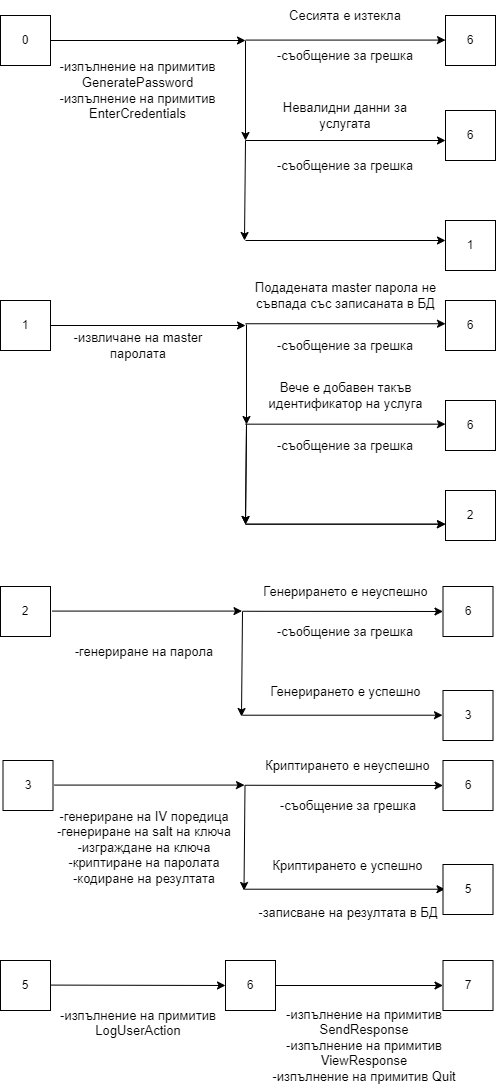
Earlier version of the draw.io export images/03-generate-password.drawio.png (ivanchuchulski/secure-interactions-modeling). Source tidied: cells renumbered, new cells last; positions are measured from the earlier drawing's top-left corner, leaving out a move shared by most shapes.
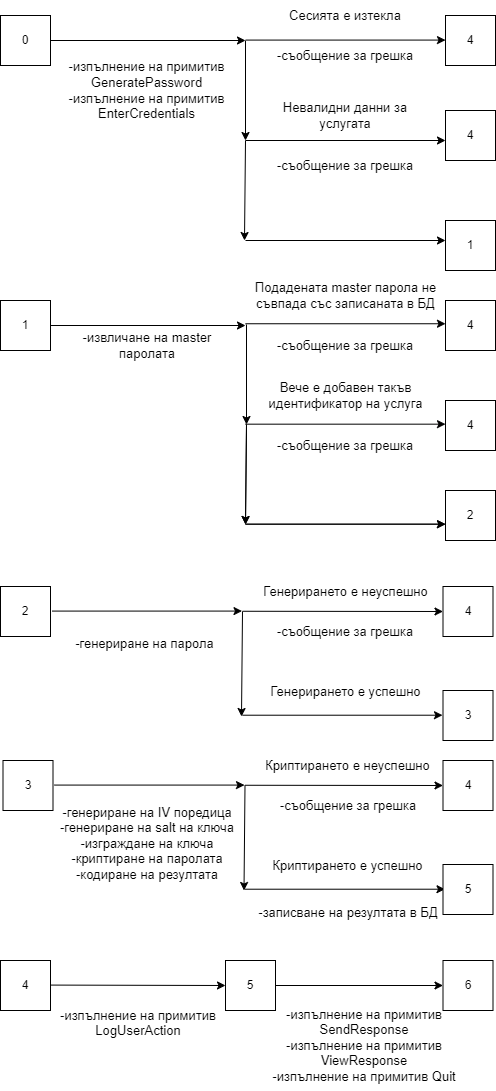
Later version of the same file.

What changed in the source:
```diff
@@ -5,7 +5,7 @@
     <mxCell id="2" value="0" style="whiteSpace=wrap;html=1;" parent="1" vertex="1">
       <mxGeometry y="15" width="50" height="50" as="geometry" />
     </mxCell>
-    <mxCell id="3" value="6" style="whiteSpace=wrap;html=1;fontSize=12;" parent="1" vertex="1">
+    <mxCell id="3" value="4" style="whiteSpace=wrap;html=1;fontSize=12;" parent="1" vertex="1">
       <mxGeometry x="445" y="15" width="50" height="50" as="geometry" />
     </mxCell>
     <mxCell id="4" style="endArrow=classic;html=1;rounded=0;fontSize=12;" parent="1" edge="1" source="2">
@@ -40,7 +40,7 @@
     <mxCell id="11" value="1" style="whiteSpace=wrap;html=1;" parent="1" vertex="1">
       <mxGeometry y="300" width="50" height="50" as="geometry" />
     </mxCell>
-    <mxCell id="12" value="6" style="whiteSpace=wrap;html=1;" parent="1" vertex="1">
+    <mxCell id="12" value="4" style="whiteSpace=wrap;html=1;" parent="1" vertex="1">
       <mxGeometry x="445" y="300" width="50" height="50" as="geometry" />
     </mxCell>
     <mxCell id="13" style="endArrow=classic;html=1;rounded=0;fontSize=12;" parent="1" edge="1" source="11">
@@ -48,7 +48,7 @@
         <mxPoint x="245" y="325" as="targetPoint" />
       </mxGeometry>
     </mxCell>
-    <mxCell id="14" value="6" style="whiteSpace=wrap;html=1;" parent="1" vertex="1">
+    <mxCell id="14" value="4" style="whiteSpace=wrap;html=1;" parent="1" vertex="1">
       <mxGeometry x="445" y="400" width="50" height="50" as="geometry" />
     </mxCell>
     <mxCell id="15" value="-съобщение за грешка" style="rounded=1;whiteSpace=wrap;html=1;fontSize=13;strokeColor=none;fillColor=none;" parent="1" vertex="1">
@@ -58,7 +58,7 @@
       <mxGeometry x="247.5" y="280" width="195" height="30" as="geometry" />
     </mxCell>
     <mxCell id="17" value="&lt;span style=&quot;background-color: rgb(255, 255, 255); font-size: 13px;&quot;&gt;-извличане на master паролата&lt;/span&gt;" style="rounded=1;whiteSpace=wrap;html=1;fontSize=13;strokeColor=none;fillColor=none;" parent="1" vertex="1">
-      <mxGeometry x="62.5" y="330" width="150" height="30" as="geometry" />
+      <mxGeometry x="72" y="330" width="150" height="30" as="geometry" />
     </mxCell>
     <mxCell id="18" value="-съобщение за грешка" style="rounded=1;whiteSpace=wrap;html=1;fontSize=13;strokeColor=none;fillColor=none;" parent="1" vertex="1">
       <mxGeometry x="275" y="40" width="140" height="30" as="geometry" />
@@ -76,21 +76,21 @@
       <mxGeometry x="270" y="430" width="150" height="30" as="geometry" />
     </mxCell>
     <mxCell id="23" value="-изпълнение на примитив GeneratePassword&lt;br style=&quot;font-size: 13px;&quot;&gt;-изпълнение на примитив EnterCredentials" style="rounded=1;whiteSpace=wrap;html=1;fontSize=13;strokeColor=none;fillColor=none;" parent="1" vertex="1">
-      <mxGeometry x="50" y="50" width="175" height="80" as="geometry" />
+      <mxGeometry x="59.5" y="50" width="175" height="80" as="geometry" />
     </mxCell>
     <mxCell id="24" value="-генериране на IV поредица&lt;br&gt;-генериране на salt на ключа&lt;br&gt;-изграждане на ключа&lt;br&gt;-криптиране на паролата&lt;br&gt;-кодиране на резултата" style="rounded=1;whiteSpace=wrap;html=1;fontSize=13;strokeColor=none;fillColor=none;" parent="1" vertex="1">
-      <mxGeometry x="53.9" y="790" width="180" height="114" as="geometry" />
+      <mxGeometry x="57" y="786" width="180" height="114" as="geometry" />
     </mxCell>
-    <mxCell id="25" value="5" style="whiteSpace=wrap;html=1;" parent="1" vertex="1">
+    <mxCell id="25" value="4" style="whiteSpace=wrap;html=1;" parent="1" vertex="1">
       <mxGeometry y="960" width="50" height="50" as="geometry" />
     </mxCell>
-    <mxCell id="26" value="6" style="whiteSpace=wrap;html=1;" parent="1" vertex="1">
+    <mxCell id="26" value="5" style="whiteSpace=wrap;html=1;" parent="1" vertex="1">
       <mxGeometry x="225" y="960" width="50" height="50" as="geometry" />
     </mxCell>
     <mxCell id="27" value="&lt;br&gt;-изпълнение на примитив LogUserAction" style="rounded=1;whiteSpace=wrap;html=1;fontSize=13;strokeColor=none;fillColor=none;" parent="1" vertex="1">
       <mxGeometry x="48.5" y="990" width="178" height="50" as="geometry" />
     </mxCell>
-    <mxCell id="28" value="7" style="whiteSpace=wrap;html=1;" parent="1" vertex="1">
+    <mxCell id="28" value="6" style="whiteSpace=wrap;html=1;" parent="1" vertex="1">
       <mxGeometry x="442.5" y="960" width="50" height="50" as="geometry" />
     </mxCell>
     <mxCell id="29" value="-изпълнение на примитив SendResponse&lt;br&gt;-изпълнение на примитив ViewResponse&lt;br style=&quot;font-size: 13px;&quot;&gt;-изпълнение на примитив Quit" style="rounded=1;whiteSpace=wrap;html=1;fontSize=13;strokeColor=none;fillColor=none;" parent="1" vertex="1">
@@ -114,7 +114,7 @@
         <mxPoint x="445" y="240" as="targetPoint" />
       </mxGeometry>
     </mxCell>
-    <mxCell id="33" value="6" style="whiteSpace=wrap;html=1;fontSize=12;" parent="1" vertex="1">
+    <mxCell id="33" value="4" style="whiteSpace=wrap;html=1;fontSize=12;" parent="1" vertex="1">
       <mxGeometry x="445" y="110" width="50" height="50" as="geometry" />
     </mxCell>
     <mxCell id="34" style="endArrow=classic;html=1;rounded=0;fontSize=12;" parent="1" edge="1">
@@ -161,7 +161,7 @@
     <mxCell id="41" style="endArrow=classic;html=1;rounded=0;fontSize=12;entryX=0;entryY=0.5;entryDx=0;entryDy=0;exitX=1;exitY=0.5;exitDx=0;exitDy=0;" parent="1" edge="1" source="26" target="28">
       <mxGeometry relative="1" as="geometry" />
     </mxCell>
-    <mxCell id="42" value="6" style="whiteSpace=wrap;html=1;" parent="1" vertex="1">
+    <mxCell id="42" value="4" style="whiteSpace=wrap;html=1;" parent="1" vertex="1">
       <mxGeometry x="442.5" y="760" width="50" height="50" as="geometry" />
     </mxCell>
     <mxCell id="43" style="endArrow=classic;html=1;rounded=0;fontSize=12;entryX=0;entryY=0.5;entryDx=0;entryDy=0;" parent="1" edge="1" target="42">
@@ -212,7 +212,7 @@
       <mxGeometry y="586" width="50" height="50" as="geometry" />
     </mxCell>
     <mxCell id="54" value="-генериране на парола" style="rounded=1;whiteSpace=wrap;html=1;fontSize=13;strokeColor=none;fillColor=none;" parent="1" vertex="1">
-      <mxGeometry x="53.9" y="626" width="180" height="50" as="geometry" />
+      <mxGeometry x="64" y="626" width="161" height="34" as="geometry" />
     </mxCell>
     <mxCell id="55" style="endArrow=classic;html=1;rounded=0;fontSize=12;" parent="1" edge="1">
       <mxGeometry relative="1" as="geometry">
@@ -220,7 +220,7 @@
         <mxPoint x="241.5" y="610.6" as="targetPoint" />
       </mxGeometry>
     </mxCell>
-    <mxCell id="56" value="6" style="whiteSpace=wrap;html=1;" parent="1" vertex="1">
+    <mxCell id="56" value="4" style="whiteSpace=wrap;html=1;" parent="1" vertex="1">
       <mxGeometry x="442.5" y="586" width="50" height="50" as="geometry" />
     </mxCell>
     <mxCell id="57" style="endArrow=classic;html=1;rounded=0;fontSize=12;entryX=0;entryY=0.5;entryDx=0;entryDy=0;" parent="1" edge="1" target="56">
```
